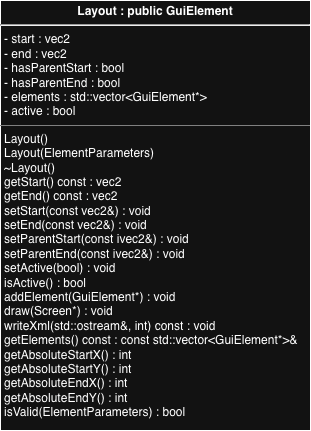
The draw.io diagram images/Milestone005_UML.png in cgreen2048/ArtHuddle, before a commit. Source tidied: cells renumbered, new cells last; positions are measured from the earlier drawing's top-left corner, leaving out a move shared by most shapes.
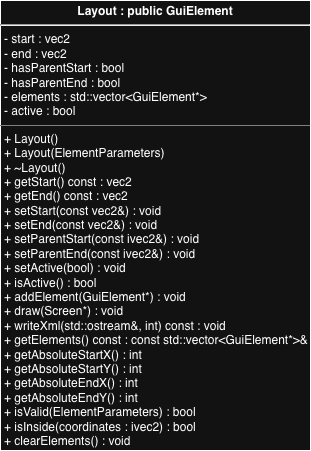
After the change.

The edit, as a diff of the source:
```diff
@@ -2,8 +2,8 @@
   <root>
     <mxCell id="0" />
     <mxCell id="1" parent="0" />
-    <mxCell id="2" value="&lt;p style=&quot;margin:0px;margin-top:4px;text-align:center;&quot;&gt;&lt;b&gt;Layout : public GuiElement&lt;/b&gt;&lt;/p&gt;&lt;hr&gt;&lt;p style=&quot;margin:0px;margin-left:4px;&quot;&gt;- start : vec2&lt;/p&gt;&lt;p style=&quot;margin:0px;margin-left:4px;&quot;&gt;- end : vec2&lt;/p&gt;&lt;p style=&quot;margin:0px;margin-left:4px;&quot;&gt;- hasParentStart : bool&lt;/p&gt;&lt;p style=&quot;margin:0px;margin-left:4px;&quot;&gt;- hasParentEnd : bool&lt;/p&gt;&lt;p style=&quot;margin:0px;margin-left:4px;&quot;&gt;- elements : std::vector&amp;lt;GuiElement*&amp;gt;&lt;/p&gt;&lt;p style=&quot;margin:0px;margin-left:4px;&quot;&gt;- active : bool&lt;/p&gt;&lt;hr size=&quot;1&quot; style=&quot;border-style:solid;&quot;&gt;&lt;p style=&quot;margin:0px;margin-left:4px;&quot;&gt;Layout()&lt;/p&gt;&lt;p style=&quot;margin:0px;margin-left:4px;&quot;&gt;Layout(ElementParameters)&lt;/p&gt;&lt;p style=&quot;margin:0px;margin-left:4px;&quot;&gt;~Layout()&lt;/p&gt;&lt;p style=&quot;margin:0px;margin-left:4px;&quot;&gt;getStart() const : vec2&lt;/p&gt;&lt;p style=&quot;margin:0px;margin-left:4px;&quot;&gt;getEnd() const&lt;span style=&quot;background-color: transparent; color: light-dark(rgb(0, 0, 0), rgb(255, 255, 255));&quot;&gt;&amp;nbsp;&lt;/span&gt;&lt;span style=&quot;background-color: transparent; color: light-dark(rgb(0, 0, 0), rgb(255, 255, 255));&quot;&gt;: vec2&lt;/span&gt;&lt;/p&gt;&lt;p style=&quot;margin:0px;margin-left:4px;&quot;&gt;setStart(const vec2&amp;amp;) :&amp;nbsp;&lt;span style=&quot;background-color: transparent; color: light-dark(rgb(0, 0, 0), rgb(255, 255, 255));&quot;&gt;void&lt;/span&gt;&lt;/p&gt;&lt;p style=&quot;margin:0px;margin-left:4px;&quot;&gt;setEnd(const vec2&amp;amp;)&lt;span style=&quot;background-color: transparent; color: light-dark(rgb(0, 0, 0), rgb(255, 255, 255));&quot;&gt;&amp;nbsp;&lt;/span&gt;&lt;span style=&quot;background-color: transparent; color: light-dark(rgb(0, 0, 0), rgb(255, 255, 255));&quot;&gt;:&amp;nbsp;&lt;/span&gt;&lt;span style=&quot;background-color: transparent; color: light-dark(rgb(0, 0, 0), rgb(255, 255, 255));&quot;&gt;void&lt;/span&gt;&lt;/p&gt;&lt;p style=&quot;margin:0px;margin-left:4px;&quot;&gt;setParentStart(const ivec2&amp;amp;)&lt;span style=&quot;background-color: transparent; color: light-dark(rgb(0, 0, 0), rgb(255, 255, 255));&quot;&gt;&amp;nbsp;&lt;/span&gt;&lt;span style=&quot;background-color: transparent; color: light-dark(rgb(0, 0, 0), rgb(255, 255, 255));&quot;&gt;:&amp;nbsp;&lt;/span&gt;&lt;span style=&quot;background-color: transparent; color: light-dark(rgb(0, 0, 0), rgb(255, 255, 255));&quot;&gt;void&lt;/span&gt;&lt;/p&gt;&lt;p style=&quot;margin:0px;margin-left:4px;&quot;&gt;setParentEnd(const ivec2&amp;amp;)&lt;span style=&quot;background-color: transparent; color: light-dark(rgb(0, 0, 0), rgb(255, 255, 255));&quot;&gt;&amp;nbsp;&lt;/span&gt;&lt;span style=&quot;background-color: transparent; color: light-dark(rgb(0, 0, 0), rgb(255, 255, 255));&quot;&gt;:&amp;nbsp;&lt;/span&gt;&lt;span style=&quot;background-color: transparent; color: light-dark(rgb(0, 0, 0), rgb(255, 255, 255));&quot;&gt;void&lt;/span&gt;&lt;/p&gt;&lt;p style=&quot;margin:0px;margin-left:4px;&quot;&gt;setActive(bool)&lt;span style=&quot;background-color: transparent; color: light-dark(rgb(0, 0, 0), rgb(255, 255, 255));&quot;&gt;&amp;nbsp;&lt;/span&gt;&lt;span style=&quot;background-color: transparent; color: light-dark(rgb(0, 0, 0), rgb(255, 255, 255));&quot;&gt;:&amp;nbsp;&lt;/span&gt;&lt;span style=&quot;background-color: transparent; color: light-dark(rgb(0, 0, 0), rgb(255, 255, 255));&quot;&gt;void&lt;/span&gt;&lt;/p&gt;&lt;p style=&quot;margin:0px;margin-left:4px;&quot;&gt;isActive() : bool&lt;/p&gt;&lt;p style=&quot;margin:0px;margin-left:4px;&quot;&gt;addElement(GuiElement*)&lt;span style=&quot;background-color: transparent; color: light-dark(rgb(0, 0, 0), rgb(255, 255, 255));&quot;&gt;&amp;nbsp;&lt;/span&gt;&lt;span style=&quot;background-color: transparent; color: light-dark(rgb(0, 0, 0), rgb(255, 255, 255));&quot;&gt;:&amp;nbsp;&lt;/span&gt;&lt;span style=&quot;background-color: transparent; color: light-dark(rgb(0, 0, 0), rgb(255, 255, 255));&quot;&gt;void&lt;/span&gt;&lt;/p&gt;&lt;p style=&quot;margin:0px;margin-left:4px;&quot;&gt;draw(Screen*)&lt;span style=&quot;background-color: transparent; color: light-dark(rgb(0, 0, 0), rgb(255, 255, 255));&quot;&gt;&amp;nbsp;&lt;/span&gt;&lt;span style=&quot;background-color: transparent; color: light-dark(rgb(0, 0, 0), rgb(255, 255, 255));&quot;&gt;:&amp;nbsp;&lt;/span&gt;&lt;span style=&quot;background-color: transparent; color: light-dark(rgb(0, 0, 0), rgb(255, 255, 255));&quot;&gt;void&lt;/span&gt;&lt;/p&gt;&lt;p style=&quot;margin:0px;margin-left:4px;&quot;&gt;writeXml(std::ostream&amp;amp;, int) const&lt;span style=&quot;background-color: transparent; color: light-dark(rgb(0, 0, 0), rgb(255, 255, 255));&quot;&gt;&amp;nbsp;&lt;/span&gt;&lt;span style=&quot;background-color: transparent; color: light-dark(rgb(0, 0, 0), rgb(255, 255, 255));&quot;&gt;:&amp;nbsp;&lt;/span&gt;&lt;span style=&quot;background-color: transparent; color: light-dark(rgb(0, 0, 0), rgb(255, 255, 255));&quot;&gt;void&lt;/span&gt;&lt;/p&gt;&lt;p style=&quot;margin:0px;margin-left:4px;&quot;&gt;getElements() const :&amp;nbsp;&lt;span style=&quot;background-color: transparent; color: light-dark(rgb(0, 0, 0), rgb(255, 255, 255));&quot;&gt;const std::vector&amp;lt;GuiElement*&amp;gt;&amp;amp;&lt;/span&gt;&lt;/p&gt;&lt;p style=&quot;margin:0px;margin-left:4px;&quot;&gt;getAbsoluteStartX() : int&lt;/p&gt;&lt;p style=&quot;margin:0px;margin-left:4px;&quot;&gt;getAbsoluteStartY()&lt;span style=&quot;background-color: transparent; color: light-dark(rgb(0, 0, 0), rgb(255, 255, 255));&quot;&gt;&amp;nbsp;&lt;/span&gt;&lt;span style=&quot;background-color: transparent; color: light-dark(rgb(0, 0, 0), rgb(255, 255, 255));&quot;&gt;: int&lt;/span&gt;&lt;/p&gt;&lt;p style=&quot;margin:0px;margin-left:4px;&quot;&gt;getAbsoluteEndX()&lt;span style=&quot;background-color: transparent; color: light-dark(rgb(0, 0, 0), rgb(255, 255, 255));&quot;&gt;&amp;nbsp;&lt;/span&gt;&lt;span style=&quot;background-color: transparent; color: light-dark(rgb(0, 0, 0), rgb(255, 255, 255));&quot;&gt;: int&lt;/span&gt;&lt;/p&gt;&lt;p style=&quot;margin:0px;margin-left:4px;&quot;&gt;getAbsoluteEndY()&lt;span style=&quot;background-color: transparent; color: light-dark(rgb(0, 0, 0), rgb(255, 255, 255));&quot;&gt;&amp;nbsp;&lt;/span&gt;&lt;span style=&quot;background-color: transparent; color: light-dark(rgb(0, 0, 0), rgb(255, 255, 255));&quot;&gt;: int&lt;/span&gt;&lt;/p&gt;&lt;p style=&quot;margin:0px;margin-left:4px;&quot;&gt;isValid(ElementParameters) : bool&lt;/p&gt;" style="verticalAlign=top;align=left;overflow=fill;html=1;whiteSpace=wrap;" parent="1" vertex="1">
-      <mxGeometry width="310" height="430" as="geometry" />
+    <mxCell id="2" value="&lt;p style=&quot;margin:0px;margin-top:4px;text-align:center;&quot;&gt;&lt;b&gt;Layout : public GuiElement&lt;/b&gt;&lt;/p&gt;&lt;hr&gt;&lt;p style=&quot;margin:0px;margin-left:4px;&quot;&gt;- start : vec2&lt;/p&gt;&lt;p style=&quot;margin:0px;margin-left:4px;&quot;&gt;- end : vec2&lt;/p&gt;&lt;p style=&quot;margin:0px;margin-left:4px;&quot;&gt;- hasParentStart : bool&lt;/p&gt;&lt;p style=&quot;margin:0px;margin-left:4px;&quot;&gt;- hasParentEnd : bool&lt;/p&gt;&lt;p style=&quot;margin:0px;margin-left:4px;&quot;&gt;- elements : std::vector&amp;lt;GuiElement*&amp;gt;&lt;/p&gt;&lt;p style=&quot;margin:0px;margin-left:4px;&quot;&gt;- active : bool&lt;/p&gt;&lt;hr size=&quot;1&quot; style=&quot;border-style:solid;&quot;&gt;&lt;p style=&quot;margin:0px;margin-left:4px;&quot;&gt;+ Layout()&lt;/p&gt;&lt;p style=&quot;margin:0px;margin-left:4px;&quot;&gt;&lt;span style=&quot;background-color: transparent; color: light-dark(rgb(0, 0, 0), rgb(255, 255, 255));&quot;&gt;+&lt;/span&gt;&lt;span style=&quot;background-color: transparent; color: light-dark(rgb(0, 0, 0), rgb(255, 255, 255));&quot;&gt;&amp;nbsp;&lt;/span&gt;Layout(ElementParameters)&lt;/p&gt;&lt;p style=&quot;margin:0px;margin-left:4px;&quot;&gt;&lt;span style=&quot;background-color: transparent; color: light-dark(rgb(0, 0, 0), rgb(255, 255, 255));&quot;&gt;+&lt;/span&gt;&lt;span style=&quot;background-color: transparent; color: light-dark(rgb(0, 0, 0), rgb(255, 255, 255));&quot;&gt;&amp;nbsp;&lt;/span&gt;~Layout()&lt;/p&gt;&lt;p style=&quot;margin:0px;margin-left:4px;&quot;&gt;&lt;span style=&quot;background-color: transparent; color: light-dark(rgb(0, 0, 0), rgb(255, 255, 255));&quot;&gt;+&lt;/span&gt;&lt;span style=&quot;background-color: transparent; color: light-dark(rgb(0, 0, 0), rgb(255, 255, 255));&quot;&gt;&amp;nbsp;&lt;/span&gt;getStart() const : vec2&lt;/p&gt;&lt;p style=&quot;margin:0px;margin-left:4px;&quot;&gt;&lt;span style=&quot;background-color: transparent; color: light-dark(rgb(0, 0, 0), rgb(255, 255, 255));&quot;&gt;+&lt;/span&gt;&lt;span style=&quot;background-color: transparent; color: light-dark(rgb(0, 0, 0), rgb(255, 255, 255));&quot;&gt;&amp;nbsp;&lt;/span&gt;getEnd() const&lt;span style=&quot;background-color: transparent; color: light-dark(rgb(0, 0, 0), rgb(255, 255, 255));&quot;&gt;&amp;nbsp;&lt;/span&gt;&lt;span style=&quot;background-color: transparent; color: light-dark(rgb(0, 0, 0), rgb(255, 255, 255));&quot;&gt;: vec2&lt;/span&gt;&lt;/p&gt;&lt;p style=&quot;margin:0px;margin-left:4px;&quot;&gt;&lt;span style=&quot;background-color: transparent; color: light-dark(rgb(0, 0, 0), rgb(255, 255, 255));&quot;&gt;+&lt;/span&gt;&lt;span style=&quot;background-color: transparent; color: light-dark(rgb(0, 0, 0), rgb(255, 255, 255));&quot;&gt;&amp;nbsp;&lt;/span&gt;setStart(const vec2&amp;amp;) :&amp;nbsp;&lt;span style=&quot;background-color: transparent; color: light-dark(rgb(0, 0, 0), rgb(255, 255, 255));&quot;&gt;void&lt;/span&gt;&lt;/p&gt;&lt;p style=&quot;margin:0px;margin-left:4px;&quot;&gt;&lt;span style=&quot;background-color: transparent; color: light-dark(rgb(0, 0, 0), rgb(255, 255, 255));&quot;&gt;+&lt;/span&gt;&lt;span style=&quot;background-color: transparent; color: light-dark(rgb(0, 0, 0), rgb(255, 255, 255));&quot;&gt;&amp;nbsp;&lt;/span&gt;setEnd(const vec2&amp;amp;)&lt;span style=&quot;background-color: transparent; color: light-dark(rgb(0, 0, 0), rgb(255, 255, 255));&quot;&gt;&amp;nbsp;&lt;/span&gt;&lt;span style=&quot;background-color: transparent; color: light-dark(rgb(0, 0, 0), rgb(255, 255, 255));&quot;&gt;:&amp;nbsp;&lt;/span&gt;&lt;span style=&quot;background-color: transparent; color: light-dark(rgb(0, 0, 0), rgb(255, 255, 255));&quot;&gt;void&lt;/span&gt;&lt;/p&gt;&lt;p style=&quot;margin:0px;margin-left:4px;&quot;&gt;&lt;span style=&quot;background-color: transparent; color: light-dark(rgb(0, 0, 0), rgb(255, 255, 255));&quot;&gt;+&lt;/span&gt;&lt;span style=&quot;background-color: transparent; color: light-dark(rgb(0, 0, 0), rgb(255, 255, 255));&quot;&gt;&amp;nbsp;&lt;/span&gt;setParentStart(const ivec2&amp;amp;)&lt;span style=&quot;background-color: transparent; color: light-dark(rgb(0, 0, 0), rgb(255, 255, 255));&quot;&gt;&amp;nbsp;&lt;/span&gt;&lt;span style=&quot;background-color: transparent; color: light-dark(rgb(0, 0, 0), rgb(255, 255, 255));&quot;&gt;:&amp;nbsp;&lt;/span&gt;&lt;span style=&quot;background-color: transparent; color: light-dark(rgb(0, 0, 0), rgb(255, 255, 255));&quot;&gt;void&lt;/span&gt;&lt;/p&gt;&lt;p style=&quot;margin:0px;margin-left:4px;&quot;&gt;&lt;span style=&quot;background-color: transparent; color: light-dark(rgb(0, 0, 0), rgb(255, 255, 255));&quot;&gt;+&lt;/span&gt;&lt;span style=&quot;background-color: transparent; color: light-dark(rgb(0, 0, 0), rgb(255, 255, 255));&quot;&gt;&amp;nbsp;&lt;/span&gt;setParentEnd(const ivec2&amp;amp;)&lt;span style=&quot;background-color: transparent; color: light-dark(rgb(0, 0, 0), rgb(255, 255, 255));&quot;&gt;&amp;nbsp;&lt;/span&gt;&lt;span style=&quot;background-color: transparent; color: light-dark(rgb(0, 0, 0), rgb(255, 255, 255));&quot;&gt;:&amp;nbsp;&lt;/span&gt;&lt;span style=&quot;background-color: transparent; color: light-dark(rgb(0, 0, 0), rgb(255, 255, 255));&quot;&gt;void&lt;/span&gt;&lt;/p&gt;&lt;p style=&quot;margin:0px;margin-left:4px;&quot;&gt;&lt;span style=&quot;background-color: transparent; color: light-dark(rgb(0, 0, 0), rgb(255, 255, 255));&quot;&gt;+&lt;/span&gt;&lt;span style=&quot;background-color: transparent; color: light-dark(rgb(0, 0, 0), rgb(255, 255, 255));&quot;&gt;&amp;nbsp;&lt;/span&gt;setActive(bool)&lt;span style=&quot;background-color: transparent; color: light-dark(rgb(0, 0, 0), rgb(255, 255, 255));&quot;&gt;&amp;nbsp;&lt;/span&gt;&lt;span style=&quot;background-color: transparent; color: light-dark(rgb(0, 0, 0), rgb(255, 255, 255));&quot;&gt;:&amp;nbsp;&lt;/span&gt;&lt;span style=&quot;background-color: transparent; color: light-dark(rgb(0, 0, 0), rgb(255, 255, 255));&quot;&gt;void&lt;/span&gt;&lt;/p&gt;&lt;p style=&quot;margin:0px;margin-left:4px;&quot;&gt;&lt;span style=&quot;background-color: transparent; color: light-dark(rgb(0, 0, 0), rgb(255, 255, 255));&quot;&gt;+&lt;/span&gt;&lt;span style=&quot;background-color: transparent; color: light-dark(rgb(0, 0, 0), rgb(255, 255, 255));&quot;&gt;&amp;nbsp;&lt;/span&gt;isActive() : bool&lt;/p&gt;&lt;p style=&quot;margin:0px;margin-left:4px;&quot;&gt;&lt;span style=&quot;background-color: transparent; color: light-dark(rgb(0, 0, 0), rgb(255, 255, 255));&quot;&gt;+&lt;/span&gt;&lt;span style=&quot;background-color: transparent; color: light-dark(rgb(0, 0, 0), rgb(255, 255, 255));&quot;&gt;&amp;nbsp;&lt;/span&gt;addElement(GuiElement*)&lt;span style=&quot;background-color: transparent; color: light-dark(rgb(0, 0, 0), rgb(255, 255, 255));&quot;&gt;&amp;nbsp;&lt;/span&gt;&lt;span style=&quot;background-color: transparent; color: light-dark(rgb(0, 0, 0), rgb(255, 255, 255));&quot;&gt;:&amp;nbsp;&lt;/span&gt;&lt;span style=&quot;background-color: transparent; color: light-dark(rgb(0, 0, 0), rgb(255, 255, 255));&quot;&gt;void&lt;/span&gt;&lt;/p&gt;&lt;p style=&quot;margin:0px;margin-left:4px;&quot;&gt;&lt;span style=&quot;background-color: transparent; color: light-dark(rgb(0, 0, 0), rgb(255, 255, 255));&quot;&gt;+&lt;/span&gt;&lt;span style=&quot;background-color: transparent; color: light-dark(rgb(0, 0, 0), rgb(255, 255, 255));&quot;&gt;&amp;nbsp;&lt;/span&gt;draw(Screen*)&lt;span style=&quot;background-color: transparent; color: light-dark(rgb(0, 0, 0), rgb(255, 255, 255));&quot;&gt;&amp;nbsp;&lt;/span&gt;&lt;span style=&quot;background-color: transparent; color: light-dark(rgb(0, 0, 0), rgb(255, 255, 255));&quot;&gt;:&amp;nbsp;&lt;/span&gt;&lt;span style=&quot;background-color: transparent; color: light-dark(rgb(0, 0, 0), rgb(255, 255, 255));&quot;&gt;void&lt;/span&gt;&lt;/p&gt;&lt;p style=&quot;margin:0px;margin-left:4px;&quot;&gt;&lt;span style=&quot;background-color: transparent; color: light-dark(rgb(0, 0, 0), rgb(255, 255, 255));&quot;&gt;+&lt;/span&gt;&lt;span style=&quot;background-color: transparent; color: light-dark(rgb(0, 0, 0), rgb(255, 255, 255));&quot;&gt;&amp;nbsp;&lt;/span&gt;writeXml(std::ostream&amp;amp;, int) const&lt;span style=&quot;background-color: transparent; color: light-dark(rgb(0, 0, 0), rgb(255, 255, 255));&quot;&gt;&amp;nbsp;&lt;/span&gt;&lt;span style=&quot;background-color: transparent; color: light-dark(rgb(0, 0, 0), rgb(255, 255, 255));&quot;&gt;:&amp;nbsp;&lt;/span&gt;&lt;span style=&quot;background-color: transparent; color: light-dark(rgb(0, 0, 0), rgb(255, 255, 255));&quot;&gt;void&lt;/span&gt;&lt;/p&gt;&lt;p style=&quot;margin:0px;margin-left:4px;&quot;&gt;&lt;span style=&quot;background-color: transparent; color: light-dark(rgb(0, 0, 0), rgb(255, 255, 255));&quot;&gt;+&lt;/span&gt;&lt;span style=&quot;background-color: transparent; color: light-dark(rgb(0, 0, 0), rgb(255, 255, 255));&quot;&gt;&amp;nbsp;&lt;/span&gt;getElements() const :&amp;nbsp;&lt;span style=&quot;background-color: transparent; color: light-dark(rgb(0, 0, 0), rgb(255, 255, 255));&quot;&gt;const std::vector&amp;lt;GuiElement*&amp;gt;&amp;amp;&lt;/span&gt;&lt;/p&gt;&lt;p style=&quot;margin:0px;margin-left:4px;&quot;&gt;&lt;span style=&quot;background-color: transparent; color: light-dark(rgb(0, 0, 0), rgb(255, 255, 255));&quot;&gt;+&lt;/span&gt;&lt;span style=&quot;background-color: transparent; color: light-dark(rgb(0, 0, 0), rgb(255, 255, 255));&quot;&gt;&amp;nbsp;&lt;/span&gt;getAbsoluteStartX() : int&lt;/p&gt;&lt;p style=&quot;margin:0px;margin-left:4px;&quot;&gt;&lt;span style=&quot;background-color: transparent; color: light-dark(rgb(0, 0, 0), rgb(255, 255, 255));&quot;&gt;+&lt;/span&gt;&lt;span style=&quot;background-color: transparent; color: light-dark(rgb(0, 0, 0), rgb(255, 255, 255));&quot;&gt;&amp;nbsp;&lt;/span&gt;getAbsoluteStartY()&lt;span style=&quot;background-color: transparent; color: light-dark(rgb(0, 0, 0), rgb(255, 255, 255));&quot;&gt;&amp;nbsp;&lt;/span&gt;&lt;span style=&quot;background-color: transparent; color: light-dark(rgb(0, 0, 0), rgb(255, 255, 255));&quot;&gt;: int&lt;/span&gt;&lt;/p&gt;&lt;p style=&quot;margin:0px;margin-left:4px;&quot;&gt;&lt;span style=&quot;background-color: transparent; color: light-dark(rgb(0, 0, 0), rgb(255, 255, 255));&quot;&gt;+&lt;/span&gt;&lt;span style=&quot;background-color: transparent; color: light-dark(rgb(0, 0, 0), rgb(255, 255, 255));&quot;&gt;&amp;nbsp;&lt;/span&gt;getAbsoluteEndX()&lt;span style=&quot;background-color: transparent; color: light-dark(rgb(0, 0, 0), rgb(255, 255, 255));&quot;&gt;&amp;nbsp;&lt;/span&gt;&lt;span style=&quot;background-color: transparent; color: light-dark(rgb(0, 0, 0), rgb(255, 255, 255));&quot;&gt;: int&lt;/span&gt;&lt;/p&gt;&lt;p style=&quot;margin:0px;margin-left:4px;&quot;&gt;&lt;span style=&quot;background-color: transparent; color: light-dark(rgb(0, 0, 0), rgb(255, 255, 255));&quot;&gt;+&lt;/span&gt;&lt;span style=&quot;background-color: transparent; color: light-dark(rgb(0, 0, 0), rgb(255, 255, 255));&quot;&gt;&amp;nbsp;&lt;/span&gt;getAbsoluteEndY()&lt;span style=&quot;background-color: transparent; color: light-dark(rgb(0, 0, 0), rgb(255, 255, 255));&quot;&gt;&amp;nbsp;&lt;/span&gt;&lt;span style=&quot;background-color: transparent; color: light-dark(rgb(0, 0, 0), rgb(255, 255, 255));&quot;&gt;: int&lt;/span&gt;&lt;/p&gt;&lt;p style=&quot;margin:0px;margin-left:4px;&quot;&gt;&lt;span style=&quot;background-color: transparent; color: light-dark(rgb(0, 0, 0), rgb(255, 255, 255));&quot;&gt;+&lt;/span&gt;&lt;span style=&quot;background-color: transparent; color: light-dark(rgb(0, 0, 0), rgb(255, 255, 255));&quot;&gt;&amp;nbsp;&lt;/span&gt;isValid(ElementParameters) : bool&lt;/p&gt;&lt;p style=&quot;margin:0px;margin-left:4px;&quot;&gt;&lt;span style=&quot;background-color: transparent;&quot;&gt;+ isInside(coordinates : ivec2) : bool&lt;/span&gt;&lt;/p&gt;&lt;p style=&quot;margin:0px;margin-left:4px;&quot;&gt;&lt;span style=&quot;background-color: transparent; color: light-dark(rgb(0, 0, 0), rgb(255, 255, 255));&quot;&gt;+&lt;/span&gt;&lt;span style=&quot;background-color: transparent; color: light-dark(rgb(0, 0, 0), rgb(255, 255, 255));&quot;&gt;&amp;nbsp;&lt;/span&gt;clearElements() : void&lt;/p&gt;" style="verticalAlign=top;align=left;overflow=fill;html=1;whiteSpace=wrap;" parent="1" vertex="1">
+      <mxGeometry width="310" height="450" as="geometry" />
     </mxCell>
   </root>
 </mxGraphModel>
```
